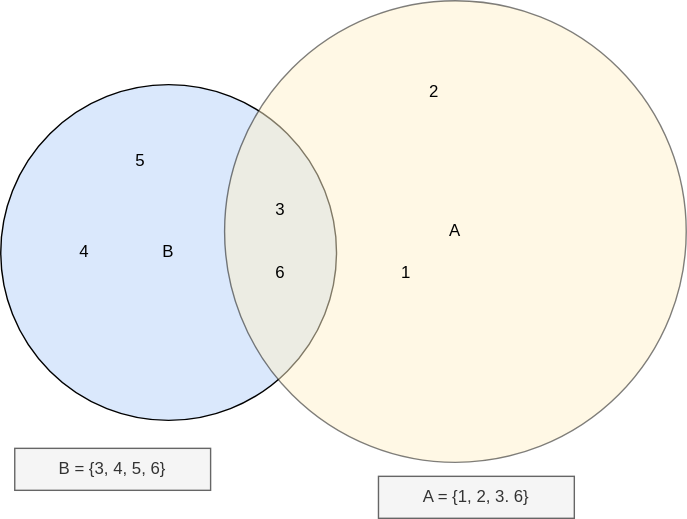
Above: Test_Sets.svg in rupendrab/diagrams (draw.io), before the change. Source tidied: cells renumbered, new cells last; positions are measured from the earlier drawing's top-left corner, leaving out a move shared by most shapes.
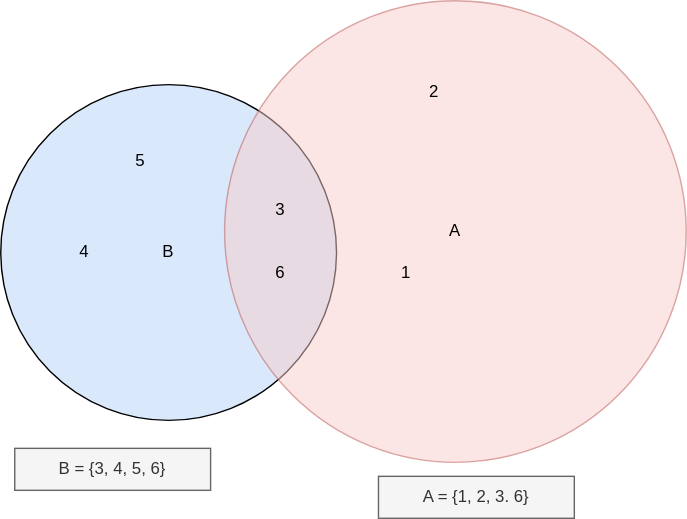
Above is the later version.

Diff of the diagram source:
```diff
@@ -5,7 +5,7 @@
     <mxCell id="2" value="B" style="ellipse;whiteSpace=wrap;html=1;fillColor=#dae8fc;strokeColor=#000000;" parent="1" vertex="1">
       <mxGeometry y="60" width="240" height="240" as="geometry" />
     </mxCell>
-    <mxCell id="3" value="A" style="ellipse;whiteSpace=wrap;html=1;fillColor=#fff2cc;strokeColor=#000000;opacity=50;" parent="1" vertex="1">
+    <mxCell id="3" value="A" style="ellipse;whiteSpace=wrap;html=1;fillColor=#f8cecc;strokeColor=#b85450;opacity=50;" parent="1" vertex="1">
       <mxGeometry x="160" width="330" height="330" as="geometry" />
     </mxCell>
     <mxCell id="4" value="1" style="text;html=1;strokeColor=none;fillColor=none;align=center;verticalAlign=middle;whiteSpace=wrap;rounded=0;" parent="1" vertex="1">
```
